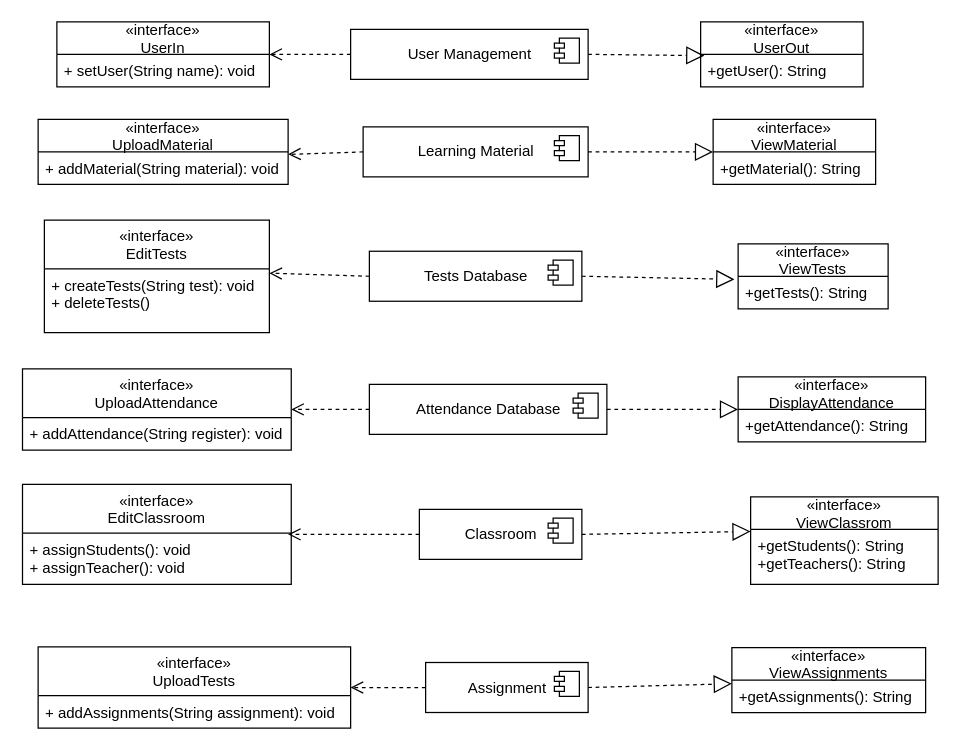
This is Untitled Diagram.drawio from shamarnelson/COMP214O-Project, a draw.io file, before an edit. Source tidied: cells renumbered, new cells numbered last; positions are measured from the earlier drawing's top-left corner, leaving out a move shared by most shapes. Both pictures are drawn from the tidied source at 125%, with x=0, y=0 at pixel (22, 21).
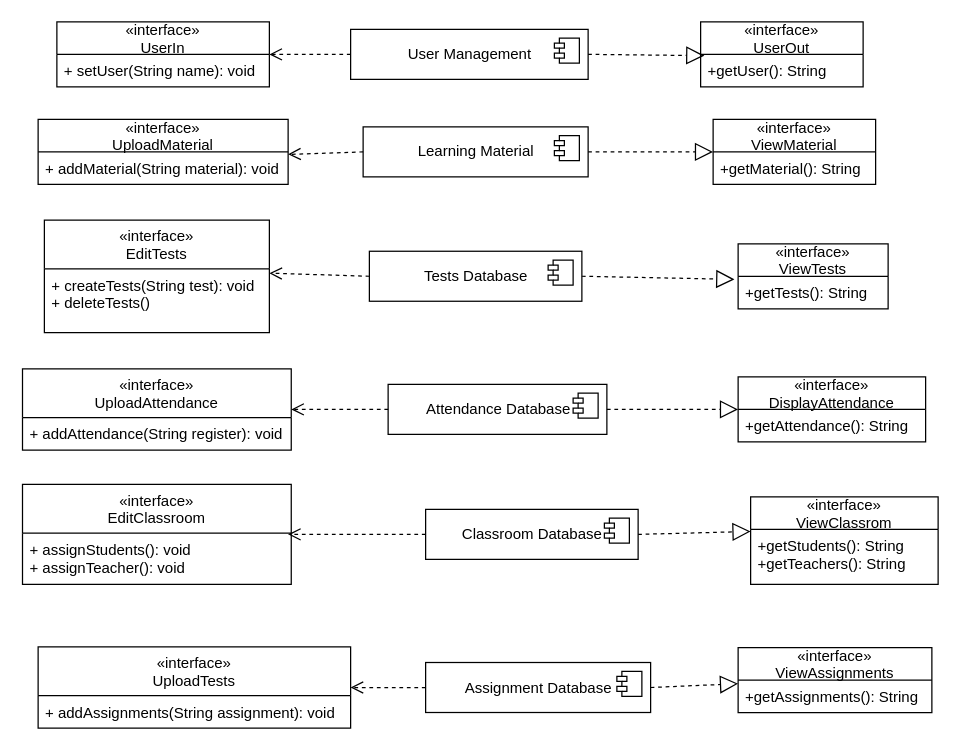
The same page after the edit.

Change to the diagram source:
```diff
@@
-    <mxCell id="8" value="Classroom" style="html=1;" parent="1" vertex="1">
-      <mxGeometry x="317" y="390" width="130" height="40" as="geometry" />
+    <mxCell id="8" value="Classroom Database" style="html=1;" parent="1" vertex="1">
+      <mxGeometry x="322" y="390" width="170" height="40" as="geometry" />
     </mxCell>
@@
-    <mxCell id="10" value="Assignment" style="html=1;" parent="1" vertex="1">
-      <mxGeometry x="322" y="512.5" width="130" height="40" as="geometry" />
+    <mxCell id="10" value="Assignment Database" style="html=1;" parent="1" vertex="1">
+      <mxGeometry x="322" y="512.5" width="180" height="40" as="geometry" />
     </mxCell>
@@
     <mxCell id="22" value="Attendance Database" style="html=1;" parent="1" vertex="1">
-      <mxGeometry x="277" y="290" width="190" height="40" as="geometry" />
+      <mxGeometry x="292" y="290" width="175" height="40" as="geometry" />
     </mxCell>
@@
     <mxCell id="38" value="«interface»&#10;ViewAssignments" style="swimlane;fontStyle=0;horizontal=1;startSize=26;fillColor=none;" parent="1" vertex="1">
-      <mxGeometry x="567" y="500.5" width="155" height="52" as="geometry" />
+      <mxGeometry x="572" y="500.5" width="155" height="52" as="geometry" />
     </mxCell>
```
